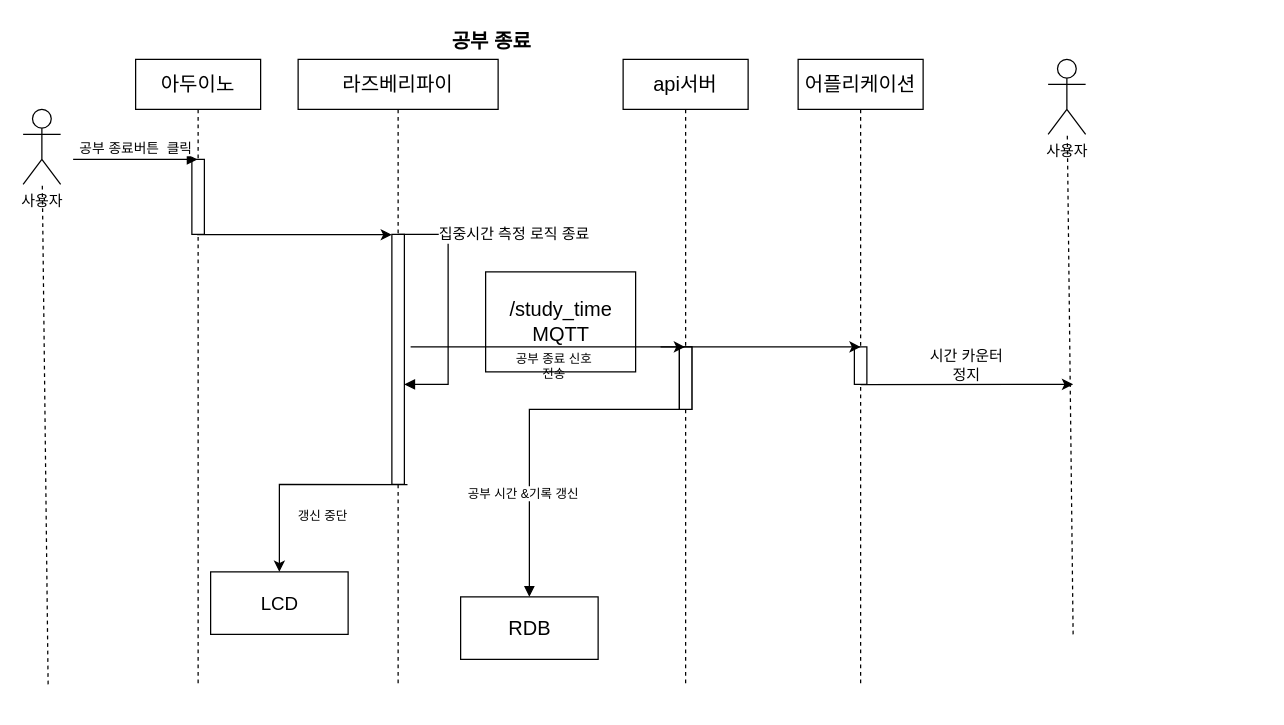
Before: page "공부 종료" (4 of 13) of doc/UML.drawio in veryneuron/study_mate_project, a draw.io diagram. Source tidied: cells renumbered, new cells numbered last; positions are measured from the earlier drawing's top-left corner, leaving out a move shared by most shapes. Both pictures are drawn from the tidied source at 125%, with x=0, y=0 at pixel (22, 21).
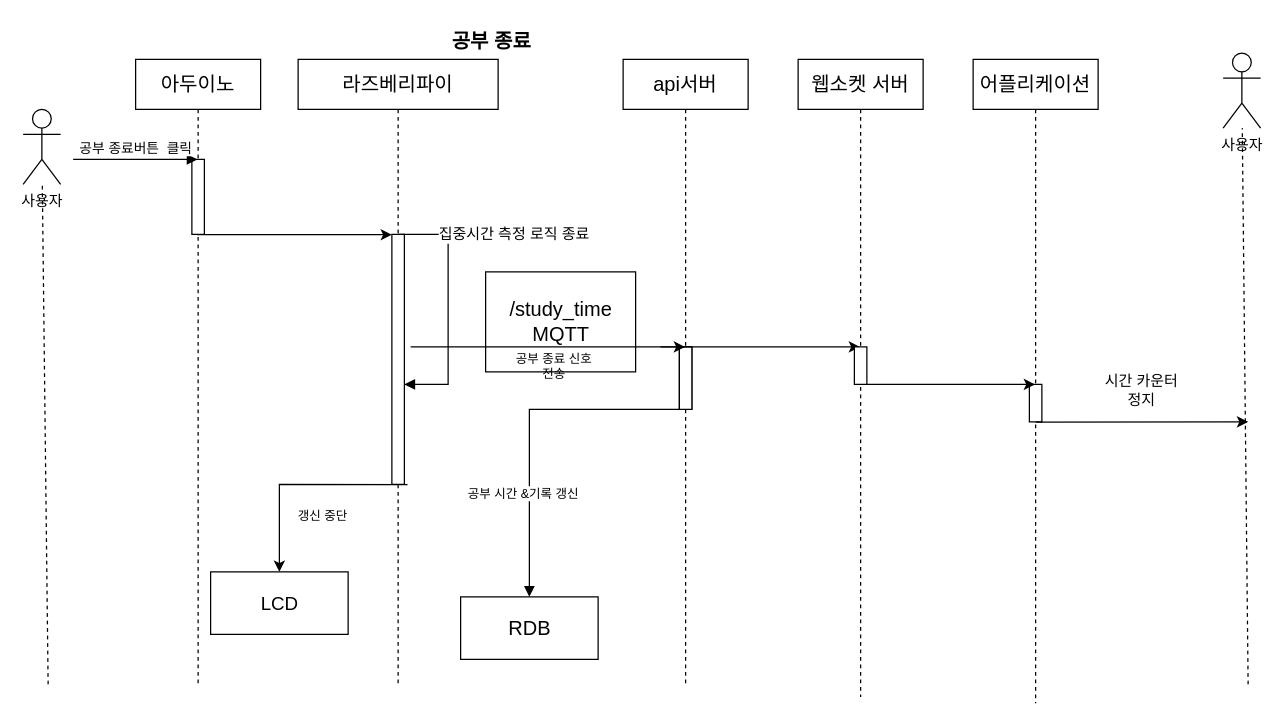
After the change.

The edit, as a diff of the source:
```diff
@@
     <mxCell id="21" value="어플리케이션" style="shape=umlLifeline;perimeter=lifelinePerimeter;whiteSpace=wrap;html=1;outlineConnect=0;fontSize=16;" parent="1" vertex="1">
-      <mxGeometry x="620" y="30" width="100" height="500" as="geometry" />
+      <mxGeometry x="760" y="30" width="100" height="515" as="geometry" />
     </mxCell>
     <mxCell id="22" style="html=1;points=[];perimeter=orthogonalPerimeter;" parent="21" vertex="1">
-      <mxGeometry x="45" y="230" width="10" height="30" as="geometry" />
+      <mxGeometry x="45" y="260" width="10" height="30" as="geometry" />
     </mxCell>
+    <mxCell id="30" style="endArrow=classic;html=1;rounded=0;fontSize=12;" parent="21" edge="1" target="21">
+      <mxGeometry relative="1" as="geometry">
+        <mxPoint x="-95" y="260" as="sourcePoint" />
+      </mxGeometry>
+    </mxCell>
     <mxCell id="23" value="사용자" style="shape=umlActor;verticalLabelPosition=bottom;verticalAlign=top;html=1;" parent="1" vertex="1">
-      <mxGeometry x="820" y="30" width="30" height="60" as="geometry" />
+      <mxGeometry x="960" y="25" width="30" height="60" as="geometry" />
     </mxCell>
     <mxCell id="24" style="endArrow=none;dashed=1;html=1;rounded=0;fontSize=10;" parent="1" edge="1" target="23">
       <mxGeometry relative="1" as="geometry">
-        <mxPoint x="840" y="490" as="sourcePoint" />
+        <mxPoint x="980" y="530" as="sourcePoint" />
       </mxGeometry>
     </mxCell>
     <mxCell id="25" style="endArrow=classic;html=1;rounded=0;fontSize=12;exitX=0.5;exitY=1.006;exitDx=0;exitDy=0;exitPerimeter=0;" parent="1" edge="1" source="22">
       <mxGeometry relative="1" as="geometry">
-        <mxPoint x="840" y="290" as="targetPoint" />
+        <mxPoint x="980" y="320" as="targetPoint" />
       </mxGeometry>
     </mxCell>
     <mxCell id="26" value="시간 카운터 정지" style="text;html=1;strokeColor=none;fillColor=none;align=center;verticalAlign=middle;whiteSpace=wrap;rounded=0;fontSize=12;" parent="1" vertex="1">
-      <mxGeometry x="720" y="260" width="70" height="30" as="geometry" />
+      <mxGeometry x="860" y="280" width="70" height="30" as="geometry" />
     </mxCell>
-    <mxCell id="27" style="endArrow=classic;html=1;rounded=0;fontSize=12;" parent="1" edge="1">
+    <mxCell id="27" style="endArrow=classic;html=1;rounded=0;fontSize=12;" parent="1" edge="1" target="31">
       <mxGeometry relative="1" as="geometry">
         <mxPoint x="510" y="260" as="sourcePoint" />
-        <mxPoint x="670" y="260" as="targetPoint" />
       </mxGeometry>
     </mxCell>
@@
+    <mxCell id="31" value="웹소켓 서버" style="shape=umlLifeline;perimeter=lifelinePerimeter;whiteSpace=wrap;html=1;outlineConnect=0;fontSize=16;" parent="1" vertex="1">
+      <mxGeometry x="620" y="30" width="100" height="510" as="geometry" />
+    </mxCell>
+    <mxCell id="32" style="html=1;perimeter=orthogonalPerimeter;fontSize=10;" parent="31" vertex="1">
+      <mxGeometry x="45" y="230" width="10" height="30" as="geometry" />
+    </mxCell>
```
